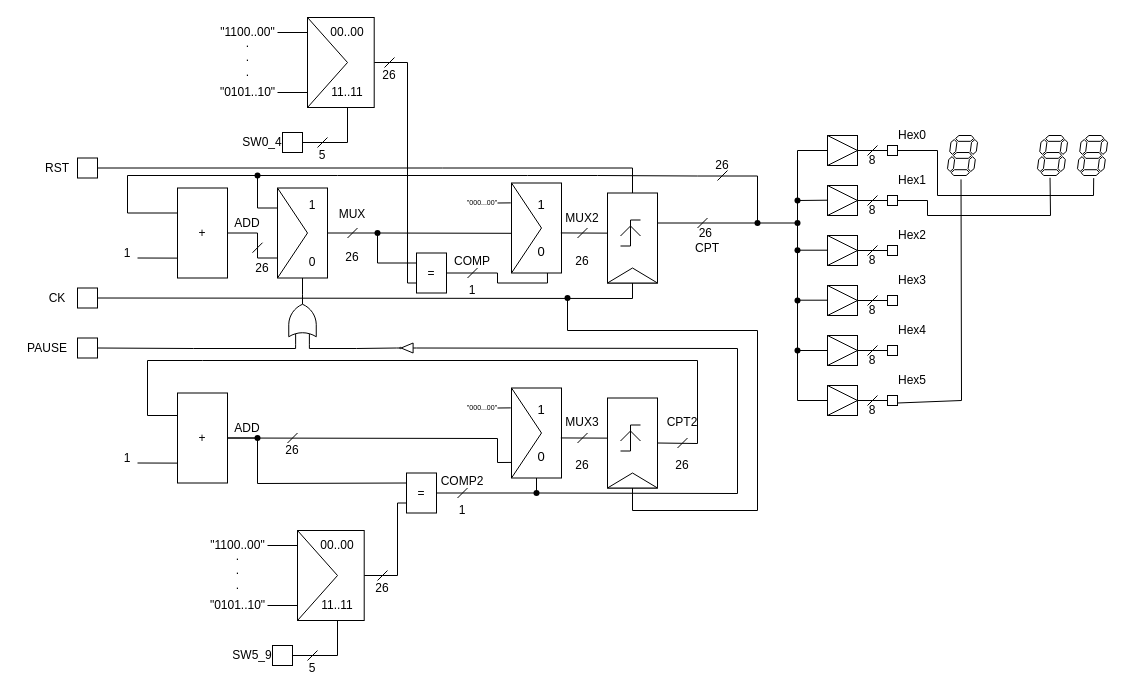
Earlier version of the draw.io diagram CPT26CONF.drawio (negans-soyez/VHDL). Source tidied: cells renumbered, new cells numbered last; positions are measured from the earlier drawing's top-left corner, leaving out a move shared by most shapes. Both pictures are drawn from the tidied source at 100%, with x=0, y=0 at pixel (17, 17).
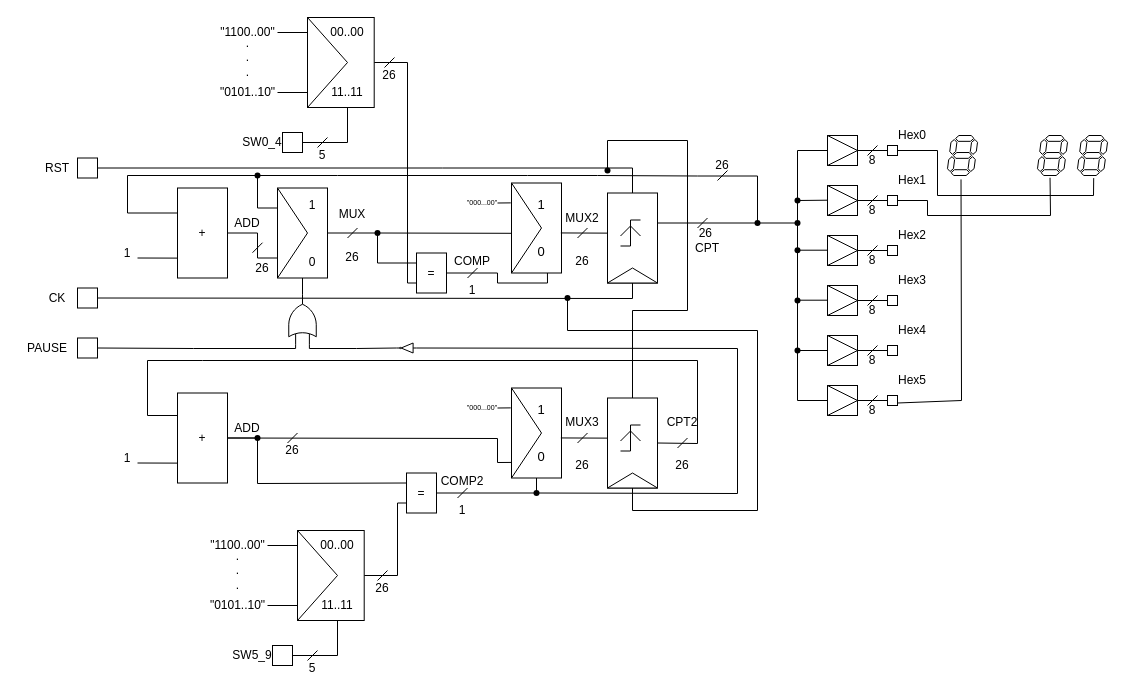
The same diagram, later.

Commit message (it also covers changes not shown here):
Mettre à jour CPT26CONF.drawio

The change refers to these unchanged cells:
```xml
<mxCell id="124" style="rounded=0;whiteSpace=wrap;html=1;rotation=-90;" parent="1" vertex="1">
  <mxGeometry x="570" y="400.5" width="90" height="50" as="geometry" />
</mxCell>
```

What changed in the source:
```diff
@@
+    <mxCell id="204" style="endArrow=none;html=1;rounded=0;entryX=1;entryY=0.5;entryDx=0;entryDy=0;" parent="1" edge="1" source="205" target="124">
+      <mxGeometry relative="1" as="geometry">
+        <Array as="points">
+          <mxPoint x="590" y="123" />
+          <mxPoint x="670" y="123" />
+          <mxPoint x="670" y="293" />
+          <mxPoint x="615" y="293" />
+        </Array>
+      </mxGeometry>
+    </mxCell>
+    <mxCell id="205" style="shape=waypoint;sketch=0;fillStyle=solid;size=6;points=[];fillColor=none;perimeter=centerPerimeter;snapToPoint=1;" parent="1" vertex="1">
+      <mxGeometry x="580" y="143" width="20" height="20" as="geometry" />
+    </mxCell>
```
